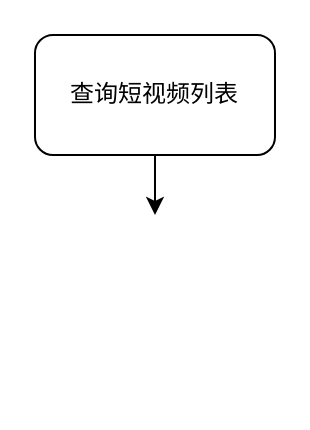
Earlier version of the draw.io diagram 视频模块.drawio (lee11xx/picgo-img). Source tidied: cells renumbered, new cells numbered last; positions are measured from the earlier drawing's top-left corner, leaving out a move shared by most shapes. Both pictures are drawn from the tidied source at 200%, with x=0, y=0 at pixel (34, 34).
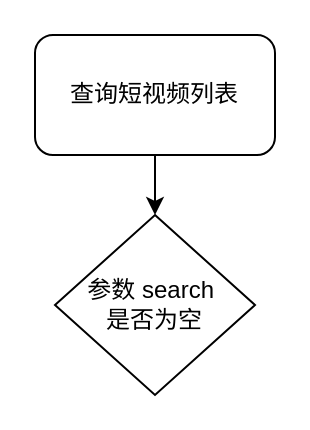
The same page after the edit.

Commit message (it also covers changes not shown here):
更新视频模块.drawio

Change to the diagram source:
```diff
@@
 <mxGraphModel>
   <root>
     <mxCell id="0" />
     <mxCell id="1" parent="0" />
-    <mxCell id="2" style="edgeStyle=orthogonalEdgeStyle;rounded=0;jettySize=auto;html=1;" parent="1" edge="1" source="3">
-      <mxGeometry relative="1" as="geometry">
-        <mxPoint x="60" y="90" as="targetPoint" />
-      </mxGeometry>
-    </mxCell>
+    <mxCell id="4" style="edgeStyle=orthogonalEdgeStyle;rounded=0;jettySize=auto;html=1;" parent="1" edge="1" source="3" target="5">
+      <mxGeometry relative="1" as="geometry" />
+    </mxCell>
     <mxCell id="3" value="查询短视频列表" style="rounded=1;whiteSpace=wrap;html=1;" parent="1" vertex="1">
       <mxGeometry width="120" height="60" as="geometry" />
     </mxCell>
+    <mxCell id="5" value="参数&amp;nbsp;search&amp;nbsp;&lt;br&gt;是否为空" style="rhombus;whiteSpace=wrap;html=1;" parent="1" vertex="1">
+      <mxGeometry x="10" y="90" width="100" height="90" as="geometry" />
+    </mxCell>
   </root>
 </mxGraphModel>
```
